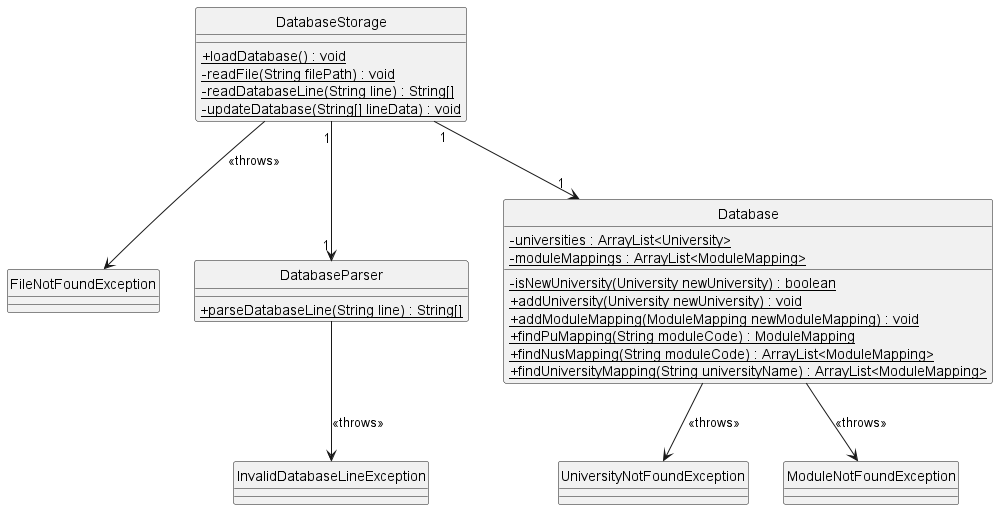
Before: docs/images/Database_Class.png, a diagram exported from PlantUML (nus-cs2113-AY2223S1/tp).
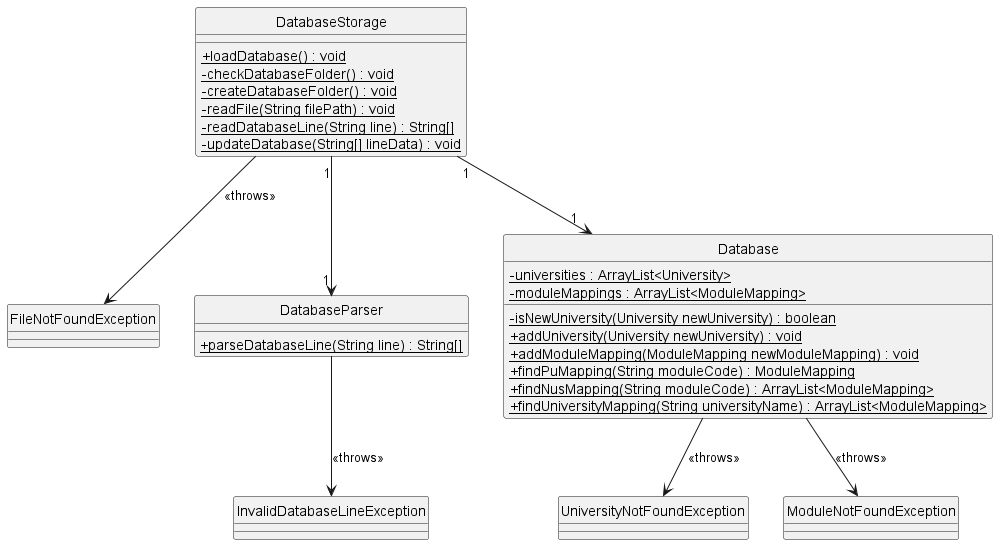
Later version of the same file.

Commit message:
Update class and sequence diagrams for database

Change to the diagram source:
```diff
@@ -5,6 +5,8 @@
 
 class DatabaseStorage {
     {static} + loadDatabase() : void
+    {static} - checkDatabaseFolder() : void
+    {static} - createDatabaseFolder() : void
     {static} - readFile(String filePath) : void
     {static} - readDatabaseLine(String line) : String[]
     {static} - updateDatabase(String[] lineData) : void
```
